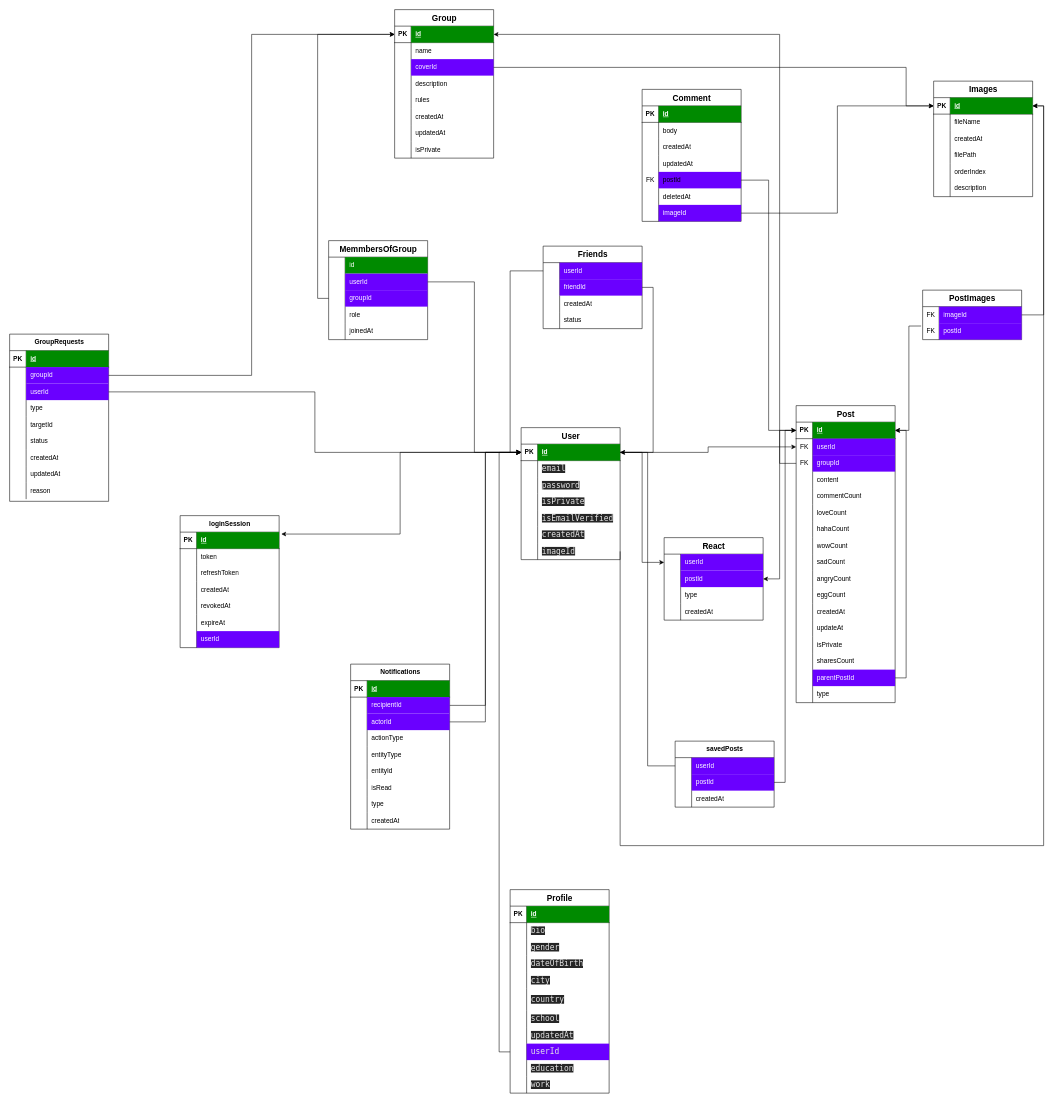
Before: page "Page-2" (2 of 2) of drawio/facebook-clone.drawio in Mo7ammedHassan/facebook-clone, a draw.io diagram. Source tidied: cells renumbered, new cells numbered last; positions are measured from the earlier drawing's top-left corner, leaving out a move shared by most shapes. Both pictures are drawn from the tidied source at 55%, with x=0, y=0 at pixel (9, 9).
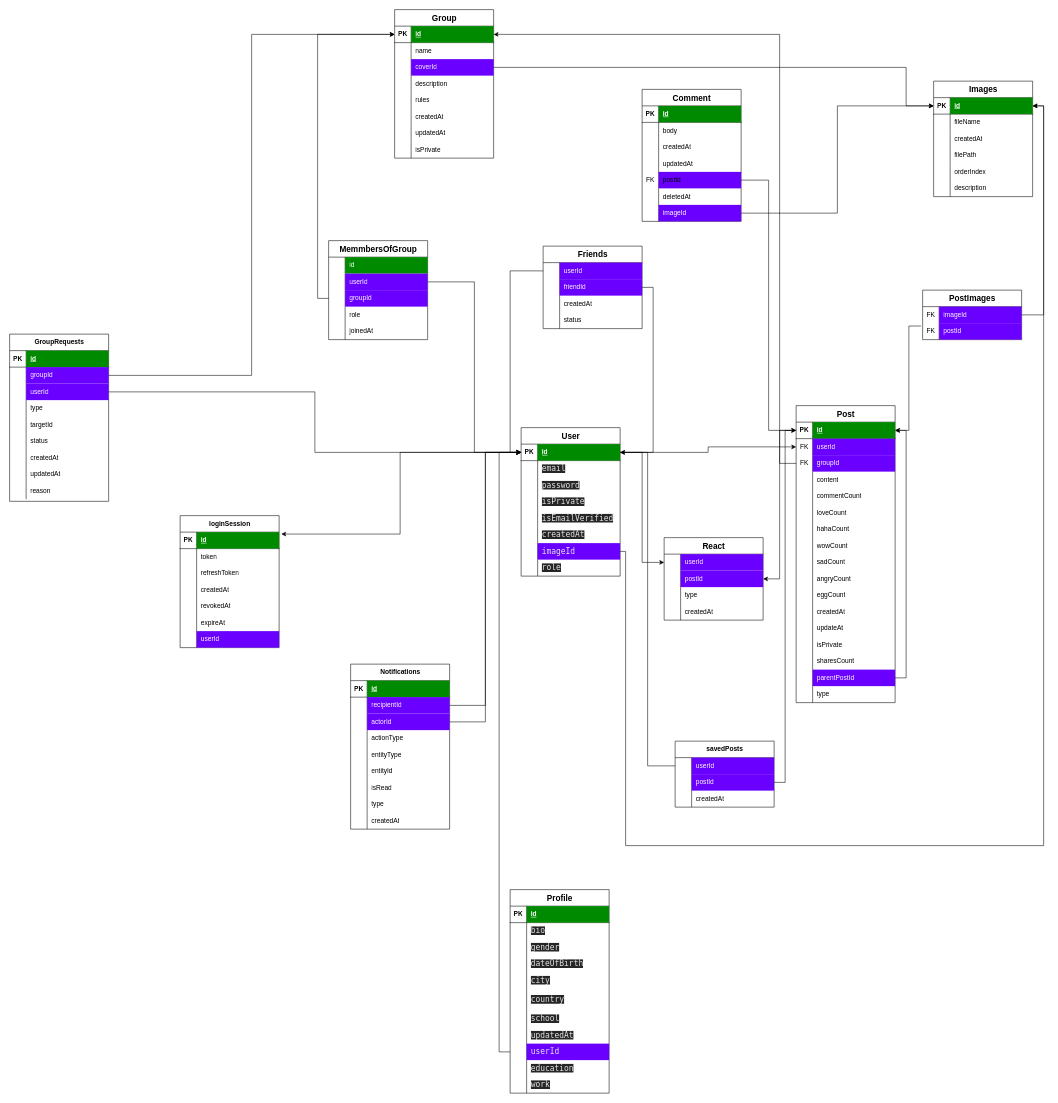
The same page after the edit.

Commit message (it also covers changes not shown here):
add role to user

Unchanged cells that the change refers to:
```xml
<mxCell id="21" style="shape=tableRow;horizontal=0;startSize=0;swimlaneHead=0;swimlaneBody=0;fillColor=none;points=[[0,0.5],[1,0.5]];portConstraint=eastwest;top=0;left=0;right=0;bottom=0;" parent="2" vertex="1">
  <mxGeometry y="210" width="180" height="30" as="geometry" />
</mxCell>
<mxCell id="100" style="shape=tableRow;horizontal=0;startSize=0;swimlaneHead=0;swimlaneBody=0;fillColor=none;points=[[0,0.5],[1,0.5]];portConstraint=eastwest;top=0;left=0;right=0;bottom=1;" parent="99" vertex="1">
  <mxGeometry y="30" width="180" height="30" as="geometry" />
</mxCell>
```

Diff of the diagram source:
```diff
@@
     <mxCell id="2" value="&lt;b style=&quot;text-wrap-mode: wrap;&quot;&gt;&lt;font style=&quot;font-size: 15px;&quot;&gt;U&lt;/font&gt;&lt;/b&gt;&lt;b style=&quot;color: light-dark(rgb(0, 0, 0), rgb(255, 255, 255)); text-wrap-mode: wrap; background-color: transparent;&quot;&gt;&lt;font style=&quot;font-size: 15px;&quot;&gt;ser&lt;/font&gt;&lt;/b&gt;" style="shape=table;startSize=30;childLayout=tableLayout;rowLines=0;fontStyle=1;align=center;html=1;" parent="1" vertex="1">
-      <mxGeometry x="930" y="760" width="180" height="240" as="geometry" />
+      <mxGeometry x="930" y="760" width="180" height="270" as="geometry" />
     </mxCell>
@@
-    <mxCell id="23" value="&lt;font color=&quot;#e5e5e5&quot; face=&quot;ui-monospace, SFMono-Regular, Menlo, Monaco, Consolas, Liberation Mono, Courier New, monospace&quot;&gt;&lt;span style=&quot;font-size: 14.4px; background-color: rgb(38, 38, 38);&quot;&gt;imageId&lt;/span&gt;&lt;/font&gt;" style="shape=partialRectangle;fillColor=none;top=0;left=0;bottom=0;right=0;align=left;spacingLeft=6;overflow=hidden;whiteSpace=wrap;html=1;" parent="21" vertex="1">
+    <mxCell id="23" value="&lt;font color=&quot;#e5e5e5&quot; face=&quot;ui-monospace, SFMono-Regular, Menlo, Monaco, Consolas, Liberation Mono, Courier New, monospace&quot;&gt;&lt;span style=&quot;font-size: 14.4px;&quot;&gt;imageId&lt;/span&gt;&lt;/font&gt;" style="shape=partialRectangle;fillColor=#6a00ff;top=0;left=0;bottom=0;right=0;align=left;spacingLeft=6;overflow=hidden;whiteSpace=wrap;html=1;fontColor=#ffffff;strokeColor=#3700CC;" parent="21" vertex="1">
       <mxGeometry x="30" width="150" height="30" as="geometry" />
     </mxCell>
+    <mxCell id="336" style="shape=tableRow;horizontal=0;startSize=0;swimlaneHead=0;swimlaneBody=0;fillColor=none;top=0;left=0;right=0;bottom=0;" parent="2" vertex="1">
+      <mxGeometry y="240" width="180" height="30" as="geometry" />
+    </mxCell>
+    <mxCell id="337" style="shape=partialRectangle;fillColor=none;top=0;left=0;bottom=0;right=0;overflow=hidden;whiteSpace=wrap;html=1;" parent="336" vertex="1">
+      <mxGeometry width="30" height="30" as="geometry" />
+    </mxCell>
+    <mxCell id="338" value="&lt;font color=&quot;#e5e5e5&quot; face=&quot;ui-monospace, SFMono-Regular, Menlo, Monaco, Consolas, Liberation Mono, Courier New, monospace&quot;&gt;&lt;span style=&quot;font-size: 14.4px; background-color: rgb(38, 38, 38);&quot;&gt;role&lt;/span&gt;&lt;/font&gt;" style="shape=partialRectangle;fillColor=none;top=0;left=0;bottom=0;right=0;align=left;spacingLeft=6;overflow=hidden;whiteSpace=wrap;html=1;" parent="336" vertex="1">
+      <mxGeometry x="30" width="150" height="30" as="geometry" />
+    </mxCell>
@@
     <mxCell id="326" style="edgeStyle=orthogonalEdgeStyle;rounded=0;jettySize=auto;html=1;exitX=1;exitY=0.5;exitDx=0;exitDy=0;entryX=1;entryY=0.5;entryDx=0;entryDy=0;" parent="1" edge="1" source="21" target="100">
       <mxGeometry relative="1" as="geometry">
         <Array as="points">
-          <mxPoint x="1110" y="1520" />
+          <mxPoint x="1120" y="985" />
+          <mxPoint x="1120" y="1520" />
           <mxPoint x="1880" y="1520" />
           <mxPoint x="1880" y="175" />
         </Array>
       </mxGeometry>
     </mxCell>
```
